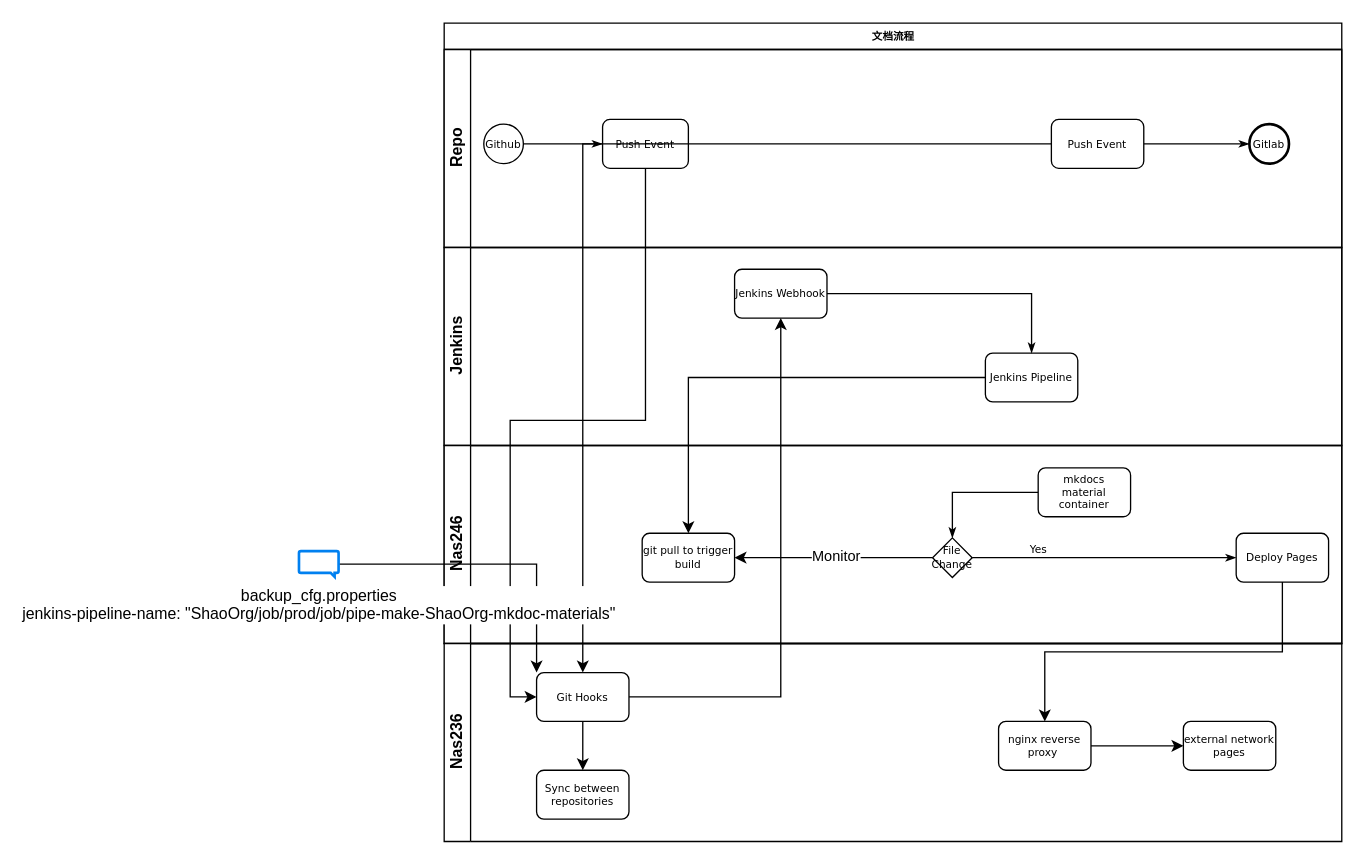
This is docs/assets/drawio/docFlow.drawio from ShaoOrg/bulletin, a draw.io file, before an edit. Source tidied: cells renumbered, new cells numbered last; positions are measured from the earlier drawing's top-left corner, leaving out a move shared by most shapes. Both pictures are drawn from the tidied source at 132%, with x=0, y=0 at pixel (298, 22).
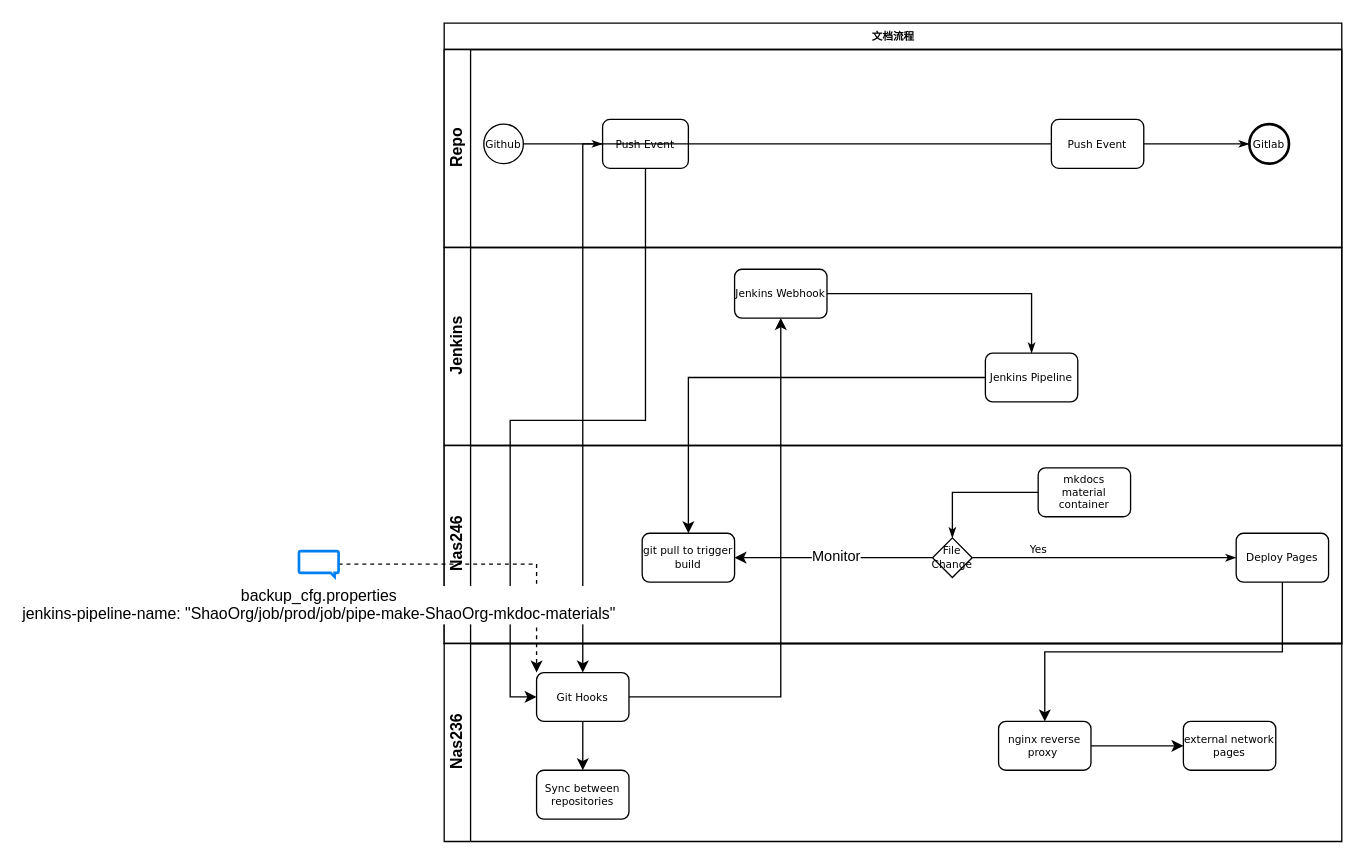
After the change.

Unchanged cells that the change refers to:
```xml
<mxCell id="29" value="Git Hooks" style="rounded=1;whiteSpace=wrap;html=1;shadow=0;labelBackgroundColor=none;strokeWidth=1;fontFamily=Verdana;fontSize=8;align=center;" parent="24" vertex="1">
  <mxGeometry x="70" y="22" width="70" height="37" as="geometry" />
</mxCell>
<mxCell id="36" value="backup_cfg.properties&lt;div&gt;&lt;span style=&quot;font-size: 12px;&quot;&gt;jenkins-pipeline-name: &quot;ShaoOrg/job/prod/job/pipe-make-ShaoOrg-mkdoc-materials&quot;&lt;/span&gt;&lt;/div&gt;" style="html=1;verticalLabelPosition=bottom;align=center;labelBackgroundColor=#ffffff;verticalAlign=top;strokeWidth=2;strokeColor=#0080F0;shadow=0;dashed=0;shape=mxgraph.ios7.icons.message;" parent="1" vertex="1">
  <mxGeometry y="400" width="30" height="19.5" as="geometry" />
</mxCell>
```

Diff of the diagram source:
```diff
@@
-    <mxCell id="35" style="edgeStyle=orthogonalEdgeStyle;rounded=0;jettySize=auto;html=1;entryX=0;entryY=0;entryDx=0;entryDy=0;" parent="1" edge="1" source="36" target="29">
+    <mxCell id="35" style="edgeStyle=orthogonalEdgeStyle;rounded=0;jettySize=auto;html=1;entryX=0;entryY=0;entryDx=0;entryDy=0;dashed=1;" parent="1" edge="1" source="36" target="29">
       <mxGeometry relative="1" as="geometry" />
     </mxCell>
```
